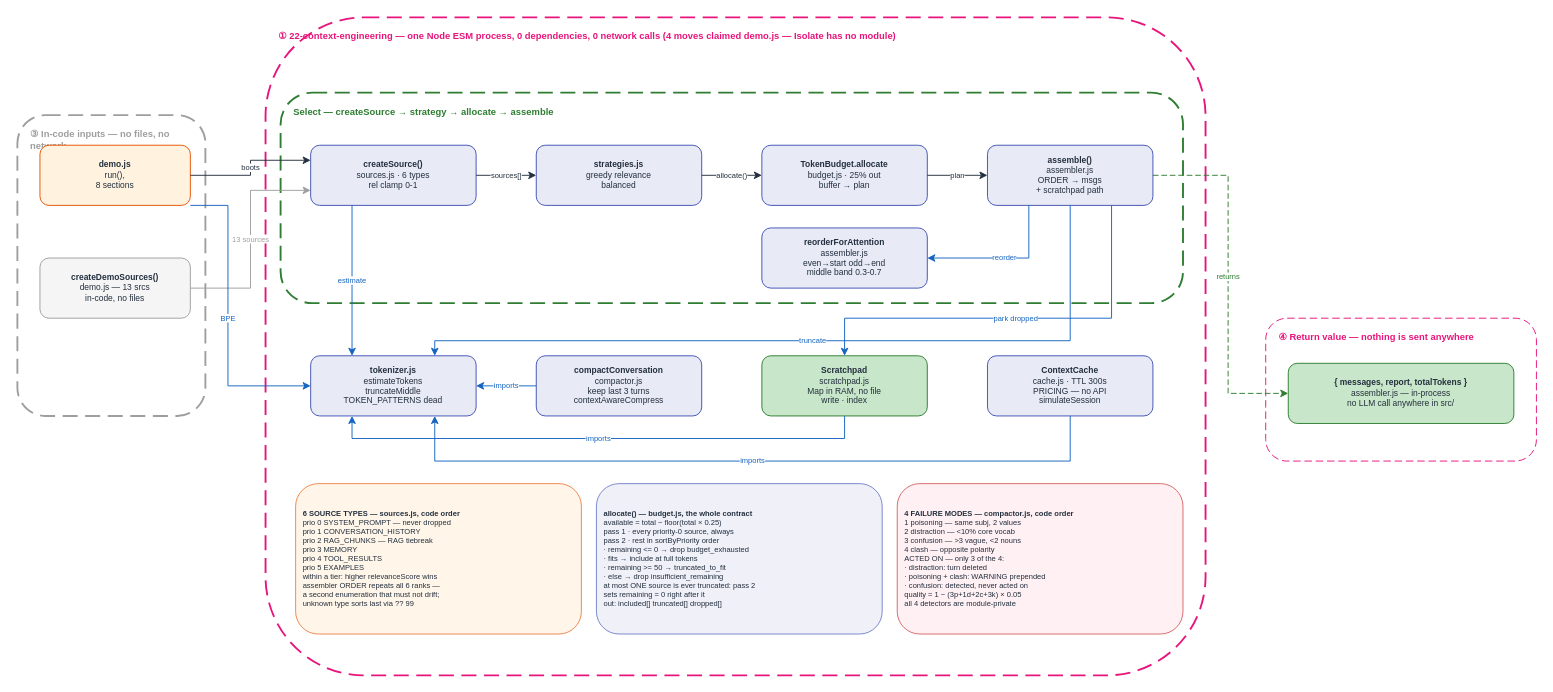
gmaheshraju/Hands-on-AgenticAI keeps this draw.io diagram as docs/diagrams/context_eng_v1/HOA_ContextEngineering_v1.drawio. Above is the earlier version. Source tidied: cells renumbered, new cells numbered last; positions are measured from the earlier drawing's top-left corner, leaving out a move shared by most shapes. Both pictures are drawn from the tidied source at 94%, with x=0, y=0 at pixel (17, 17).
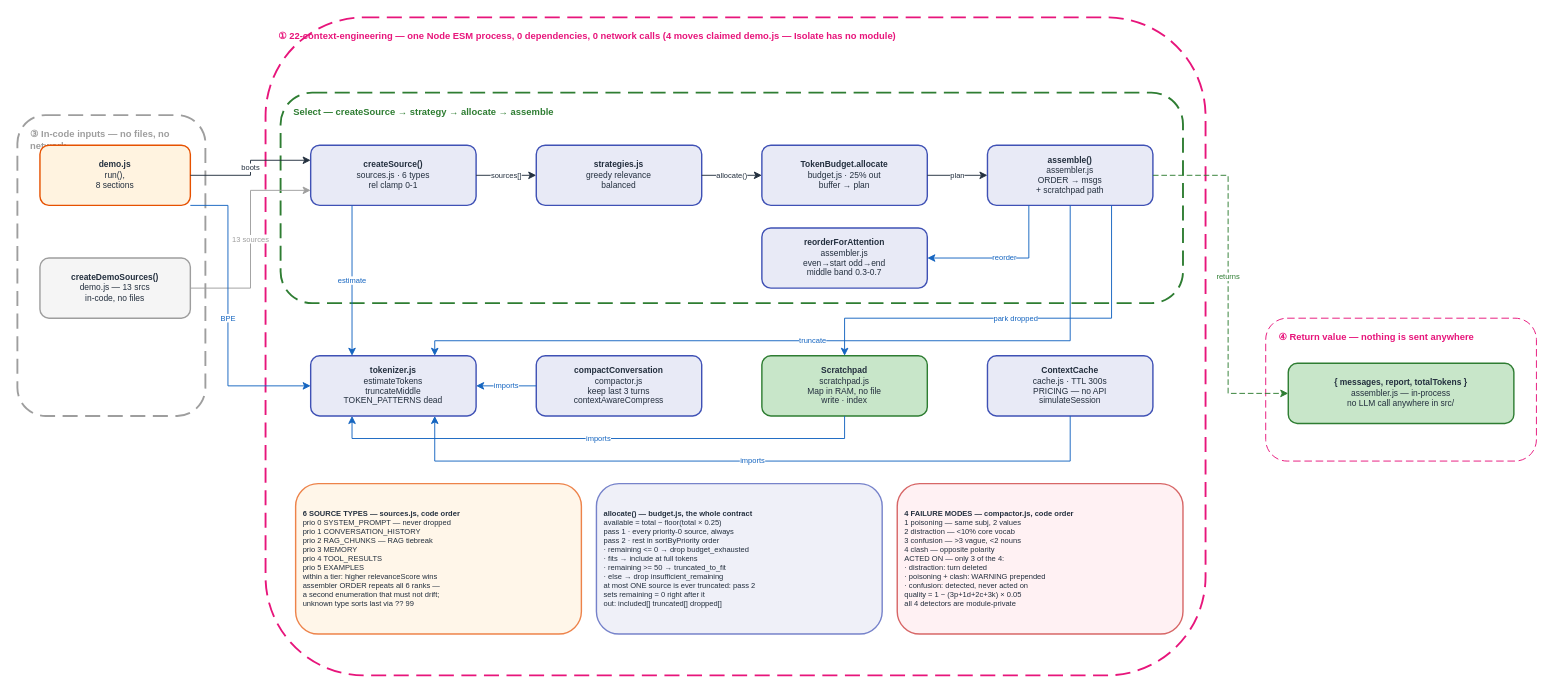
Above is the later version.

Diff of the diagram source:
```diff
@@
-    <mxCell id="10" value="&lt;b&gt;demo.js&lt;/b&gt;&lt;br&gt;run(),&lt;br&gt;8 sections" style="rounded=1;fillColor=#FFF3E0;strokeColor=#E65100;fontSize=9;fontColor=#232F3E;html=1;whiteSpace=wrap;align=center;" parent="1" vertex="1">
+    <mxCell id="10" value="&lt;b&gt;demo.js&lt;/b&gt;&lt;br&gt;run(),&lt;br&gt;8 sections" style="rounded=1;fillColor=#FFF3E0;strokeColor=#E65100;strokeWidth=1.5;fontSize=9;fontColor=#232F3E;html=1;whiteSpace=wrap;align=center;" parent="1" vertex="1">
       <mxGeometry x="24" y="136" width="160" height="64" as="geometry" />
     </mxCell>
-    <mxCell id="11" value="&lt;b&gt;createDemoSources()&lt;/b&gt;&lt;br&gt;demo.js — 13 srcs&lt;br&gt;in-code, no files" style="rounded=1;fillColor=#F5F5F5;strokeColor=#9E9E9E;fontSize=9;fontColor=#232F3E;html=1;whiteSpace=wrap;align=center;" parent="1" vertex="1">
+    <mxCell id="11" value="&lt;b&gt;createDemoSources()&lt;/b&gt;&lt;br&gt;demo.js — 13 srcs&lt;br&gt;in-code, no files" style="rounded=1;fillColor=#F5F5F5;strokeColor=#9E9E9E;strokeWidth=1.5;fontSize=9;fontColor=#232F3E;html=1;whiteSpace=wrap;align=center;" parent="1" vertex="1">
       <mxGeometry x="24" y="256" width="160" height="64" as="geometry" />
     </mxCell>
-    <mxCell id="12" value="&lt;b&gt;createSource()&lt;/b&gt;&lt;br&gt;sources.js · 6 types&lt;br&gt;rel clamp 0-1" style="rounded=1;fillColor=#E8EAF6;strokeColor=#3F51B5;fontSize=9;fontColor=#232F3E;html=1;whiteSpace=wrap;align=center;" parent="1" vertex="1">
+    <mxCell id="12" value="&lt;b&gt;createSource()&lt;/b&gt;&lt;br&gt;sources.js · 6 types&lt;br&gt;rel clamp 0-1" style="rounded=1;fillColor=#E8EAF6;strokeColor=#3F51B5;strokeWidth=1.5;fontSize=9;fontColor=#232F3E;html=1;whiteSpace=wrap;align=center;" parent="1" vertex="1">
       <mxGeometry x="312" y="136" width="176" height="64" as="geometry" />
     </mxCell>
-    <mxCell id="13" value="&lt;b&gt;strategies.js&lt;/b&gt;&lt;br&gt;greedy relevance&lt;br&gt;balanced" style="rounded=1;fillColor=#E8EAF6;strokeColor=#3F51B5;fontSize=9;fontColor=#232F3E;html=1;whiteSpace=wrap;align=center;" parent="1" vertex="1">
+    <mxCell id="13" value="&lt;b&gt;strategies.js&lt;/b&gt;&lt;br&gt;greedy relevance&lt;br&gt;balanced" style="rounded=1;fillColor=#E8EAF6;strokeColor=#3F51B5;strokeWidth=1.5;fontSize=9;fontColor=#232F3E;html=1;whiteSpace=wrap;align=center;" parent="1" vertex="1">
       <mxGeometry x="552" y="136" width="176" height="64" as="geometry" />
     </mxCell>
-    <mxCell id="14" value="&lt;b&gt;TokenBudget.allocate&lt;/b&gt;&lt;br&gt;budget.js · 25% out&lt;br&gt;buffer → plan" style="rounded=1;fillColor=#E8EAF6;strokeColor=#3F51B5;fontSize=9;fontColor=#232F3E;html=1;whiteSpace=wrap;align=center;" parent="1" vertex="1">
+    <mxCell id="14" value="&lt;b&gt;TokenBudget.allocate&lt;/b&gt;&lt;br&gt;budget.js · 25% out&lt;br&gt;buffer → plan" style="rounded=1;fillColor=#E8EAF6;strokeColor=#3F51B5;strokeWidth=1.5;fontSize=9;fontColor=#232F3E;html=1;whiteSpace=wrap;align=center;" parent="1" vertex="1">
       <mxGeometry x="792" y="136" width="176" height="64" as="geometry" />
     </mxCell>
-    <mxCell id="15" value="&lt;b&gt;assemble()&lt;/b&gt;&lt;br&gt;assembler.js&lt;br&gt;ORDER → msgs&lt;br&gt;+ scratchpad path" style="rounded=1;fillColor=#E8EAF6;strokeColor=#3F51B5;fontSize=9;fontColor=#232F3E;html=1;whiteSpace=wrap;align=center;" parent="1" vertex="1">
+    <mxCell id="15" value="&lt;b&gt;assemble()&lt;/b&gt;&lt;br&gt;assembler.js&lt;br&gt;ORDER → msgs&lt;br&gt;+ scratchpad path" style="rounded=1;fillColor=#E8EAF6;strokeColor=#3F51B5;strokeWidth=1.5;fontSize=9;fontColor=#232F3E;html=1;whiteSpace=wrap;align=center;" parent="1" vertex="1">
       <mxGeometry x="1032" y="136" width="176" height="64" as="geometry" />
     </mxCell>
-    <mxCell id="16" value="&lt;b&gt;reorderForAttention&lt;/b&gt;&lt;br&gt;assembler.js&lt;br&gt;even→start odd→end&lt;br&gt;middle band 0.3-0.7" style="rounded=1;fillColor=#E8EAF6;strokeColor=#3F51B5;fontSize=9;fontColor=#232F3E;html=1;whiteSpace=wrap;align=center;" parent="1" vertex="1">
+    <mxCell id="16" value="&lt;b&gt;reorderForAttention&lt;/b&gt;&lt;br&gt;assembler.js&lt;br&gt;even→start odd→end&lt;br&gt;middle band 0.3-0.7" style="rounded=1;fillColor=#E8EAF6;strokeColor=#3F51B5;strokeWidth=1.5;fontSize=9;fontColor=#232F3E;html=1;whiteSpace=wrap;align=center;" parent="1" vertex="1">
       <mxGeometry x="792" y="224" width="176" height="64" as="geometry" />
     </mxCell>
-    <mxCell id="17" value="&lt;b&gt;tokenizer.js&lt;/b&gt;&lt;br&gt;estimateTokens&lt;br&gt;truncateMiddle&lt;br&gt;TOKEN_PATTERNS dead" style="rounded=1;fillColor=#E8EAF6;strokeColor=#3F51B5;fontSize=9;fontColor=#232F3E;html=1;whiteSpace=wrap;align=center;" parent="1" vertex="1">
+    <mxCell id="17" value="&lt;b&gt;tokenizer.js&lt;/b&gt;&lt;br&gt;estimateTokens&lt;br&gt;truncateMiddle&lt;br&gt;TOKEN_PATTERNS dead" style="rounded=1;fillColor=#E8EAF6;strokeColor=#3F51B5;strokeWidth=1.5;fontSize=9;fontColor=#232F3E;html=1;whiteSpace=wrap;align=center;" parent="1" vertex="1">
       <mxGeometry x="312" y="360" width="176" height="64" as="geometry" />
     </mxCell>
-    <mxCell id="18" value="&lt;b&gt;compactConversation&lt;/b&gt;&lt;br&gt;compactor.js&lt;br&gt;keep last 3 turns&lt;br&gt;contextAwareCompress" style="rounded=1;fillColor=#E8EAF6;strokeColor=#3F51B5;fontSize=9;fontColor=#232F3E;html=1;whiteSpace=wrap;align=center;" parent="1" vertex="1">
+    <mxCell id="18" value="&lt;b&gt;compactConversation&lt;/b&gt;&lt;br&gt;compactor.js&lt;br&gt;keep last 3 turns&lt;br&gt;contextAwareCompress" style="rounded=1;fillColor=#E8EAF6;strokeColor=#3F51B5;strokeWidth=1.5;fontSize=9;fontColor=#232F3E;html=1;whiteSpace=wrap;align=center;" parent="1" vertex="1">
       <mxGeometry x="552" y="360" width="176" height="64" as="geometry" />
     </mxCell>
-    <mxCell id="19" value="&lt;b&gt;Scratchpad&lt;/b&gt;&lt;br&gt;scratchpad.js&lt;br&gt;Map in RAM, no file&lt;br&gt;write · index" style="rounded=1;fillColor=#C8E6C9;strokeColor=#2E7D32;fontSize=9;fontColor=#232F3E;html=1;whiteSpace=wrap;align=center;" parent="1" vertex="1">
+    <mxCell id="19" value="&lt;b&gt;Scratchpad&lt;/b&gt;&lt;br&gt;scratchpad.js&lt;br&gt;Map in RAM, no file&lt;br&gt;write · index" style="rounded=1;fillColor=#C8E6C9;strokeColor=#2E7D32;strokeWidth=1.5;fontSize=9;fontColor=#232F3E;html=1;whiteSpace=wrap;align=center;" parent="1" vertex="1">
       <mxGeometry x="792" y="360" width="176" height="64" as="geometry" />
     </mxCell>
-    <mxCell id="20" value="&lt;b&gt;ContextCache&lt;/b&gt;&lt;br&gt;cache.js · TTL 300s&lt;br&gt;PRICING — no API&lt;br&gt;simulateSession" style="rounded=1;fillColor=#E8EAF6;strokeColor=#3F51B5;fontSize=9;fontColor=#232F3E;html=1;whiteSpace=wrap;align=center;" parent="1" vertex="1">
+    <mxCell id="20" value="&lt;b&gt;ContextCache&lt;/b&gt;&lt;br&gt;cache.js · TTL 300s&lt;br&gt;PRICING — no API&lt;br&gt;simulateSession" style="rounded=1;fillColor=#E8EAF6;strokeColor=#3F51B5;strokeWidth=1.5;fontSize=9;fontColor=#232F3E;html=1;whiteSpace=wrap;align=center;" parent="1" vertex="1">
       <mxGeometry x="1032" y="360" width="176" height="64" as="geometry" />
     </mxCell>
-    <mxCell id="21" value="&lt;b&gt;{ messages, report, totalTokens }&lt;/b&gt;&lt;br&gt;assembler.js — in-process&lt;br&gt;no LLM call anywhere in src/" style="rounded=1;fillColor=#C8E6C9;strokeColor=#2E7D32;fontSize=9;fontColor=#232F3E;html=1;whiteSpace=wrap;align=center;" parent="1" vertex="1">
+    <mxCell id="21" value="&lt;b&gt;{ messages, report, totalTokens }&lt;/b&gt;&lt;br&gt;assembler.js — in-process&lt;br&gt;no LLM call anywhere in src/" style="rounded=1;fillColor=#C8E6C9;strokeColor=#2E7D32;strokeWidth=1.5;fontSize=9;fontColor=#232F3E;html=1;whiteSpace=wrap;align=center;" parent="1" vertex="1">
       <mxGeometry x="1352" y="368" width="240" height="64" as="geometry" />
     </mxCell>
-    <mxCell id="22" value="&lt;b&gt;6 SOURCE TYPES — sources.js, code order&lt;/b&gt;&lt;br&gt;prio 0 SYSTEM_PROMPT — never dropped&lt;br&gt;prio 1 CONVERSATION_HISTORY&lt;br&gt;prio 2 RAG_CHUNKS — RAG tiebreak&lt;br&gt;prio 3 MEMORY&lt;br&gt;prio 4 TOOL_RESULTS&lt;br&gt;prio 5 EXAMPLES&lt;br&gt;within a tier: higher relevanceScore wins&lt;br&gt;assembler ORDER repeats all 6 ranks —&lt;br&gt;a second enumeration that must not drift;&lt;br&gt;unknown type sorts last via ?? 99" style="rounded=1;fillColor=#FFF3E0;strokeColor=#E65100;fontSize=8;fontColor=#232F3E;html=1;whiteSpace=wrap;align=left;spacingLeft=6;opacity=70;" parent="1" vertex="1">
+    <mxCell id="22" value="&lt;b&gt;6 SOURCE TYPES — sources.js, code order&lt;/b&gt;&lt;br&gt;prio 0 SYSTEM_PROMPT — never dropped&lt;br&gt;prio 1 CONVERSATION_HISTORY&lt;br&gt;prio 2 RAG_CHUNKS — RAG tiebreak&lt;br&gt;prio 3 MEMORY&lt;br&gt;prio 4 TOOL_RESULTS&lt;br&gt;prio 5 EXAMPLES&lt;br&gt;within a tier: higher relevanceScore wins&lt;br&gt;assembler ORDER repeats all 6 ranks —&lt;br&gt;a second enumeration that must not drift;&lt;br&gt;unknown type sorts last via ?? 99" style="rounded=1;fillColor=#FFF3E0;strokeColor=#E65100;strokeWidth=1.5;fontSize=8;fontColor=#232F3E;html=1;whiteSpace=wrap;align=left;spacingLeft=6;opacity=70;" parent="1" vertex="1">
       <mxGeometry x="296" y="496" width="304" height="160" as="geometry" />
     </mxCell>
-    <mxCell id="23" value="&lt;b&gt;allocate() — budget.js, the whole contract&lt;/b&gt;&lt;br&gt;available = total − floor(total × 0.25)&lt;br&gt;pass 1 · every priority-0 source, always&lt;br&gt;pass 2 · rest in sortByPriority order&lt;br&gt;· remaining &amp;lt;= 0 → drop budget_exhausted&lt;br&gt;· fits → include at full tokens&lt;br&gt;· remaining &amp;gt;= 50 → truncated_to_fit&lt;br&gt;· else → drop insufficient_remaining&lt;br&gt;at most ONE source is ever truncated: pass 2&lt;br&gt;sets remaining = 0 right after it&lt;br&gt;out: included[] truncated[] dropped[]" style="rounded=1;fillColor=#E8EAF6;strokeColor=#3F51B5;fontSize=8;fontColor=#232F3E;html=1;whiteSpace=wrap;align=left;spacingLeft=6;opacity=70;" parent="1" vertex="1">
+    <mxCell id="23" value="&lt;b&gt;allocate() — budget.js, the whole contract&lt;/b&gt;&lt;br&gt;available = total − floor(total × 0.25)&lt;br&gt;pass 1 · every priority-0 source, always&lt;br&gt;pass 2 · rest in sortByPriority order&lt;br&gt;· remaining &amp;lt;= 0 → drop budget_exhausted&lt;br&gt;· fits → include at full tokens&lt;br&gt;· remaining &amp;gt;= 50 → truncated_to_fit&lt;br&gt;· else → drop insufficient_remaining&lt;br&gt;at most ONE source is ever truncated: pass 2&lt;br&gt;sets remaining = 0 right after it&lt;br&gt;out: included[] truncated[] dropped[]" style="rounded=1;fillColor=#E8EAF6;strokeColor=#3F51B5;strokeWidth=1.5;fontSize=8;fontColor=#232F3E;html=1;whiteSpace=wrap;align=left;spacingLeft=6;opacity=70;" parent="1" vertex="1">
       <mxGeometry x="616" y="496" width="304" height="160" as="geometry" />
     </mxCell>
-    <mxCell id="24" value="&lt;b&gt;4 FAILURE MODES — compactor.js, code order&lt;/b&gt;&lt;br&gt;1 poisoning — same subj, 2 values&lt;br&gt;2 distraction — &amp;lt;10% core vocab&lt;br&gt;3 confusion — &amp;gt;3 vague, &amp;lt;2 nouns&lt;br&gt;4 clash — opposite polarity&lt;br&gt;ACTED ON — only 3 of the 4:&lt;br&gt;· distraction: turn deleted&lt;br&gt;· poisoning + clash: WARNING prepended&lt;br&gt;· confusion: detected, never acted on&lt;br&gt;quality = 1 − (3p+1d+2c+3k) × 0.05&lt;br&gt;all 4 detectors are module-private" style="rounded=1;fillColor=#FFEBEE;strokeColor=#C62828;fontSize=8;fontColor=#232F3E;html=1;whiteSpace=wrap;align=left;spacingLeft=6;opacity=70;" parent="1" vertex="1">
+    <mxCell id="24" value="&lt;b&gt;4 FAILURE MODES — compactor.js, code order&lt;/b&gt;&lt;br&gt;1 poisoning — same subj, 2 values&lt;br&gt;2 distraction — &amp;lt;10% core vocab&lt;br&gt;3 confusion — &amp;gt;3 vague, &amp;lt;2 nouns&lt;br&gt;4 clash — opposite polarity&lt;br&gt;ACTED ON — only 3 of the 4:&lt;br&gt;· distraction: turn deleted&lt;br&gt;· poisoning + clash: WARNING prepended&lt;br&gt;· confusion: detected, never acted on&lt;br&gt;quality = 1 − (3p+1d+2c+3k) × 0.05&lt;br&gt;all 4 detectors are module-private" style="rounded=1;fillColor=#FFEBEE;strokeColor=#C62828;strokeWidth=1.5;fontSize=8;fontColor=#232F3E;html=1;whiteSpace=wrap;align=left;spacingLeft=6;opacity=70;" parent="1" vertex="1">
       <mxGeometry x="936" y="496" width="304" height="160" as="geometry" />
     </mxCell>
```
